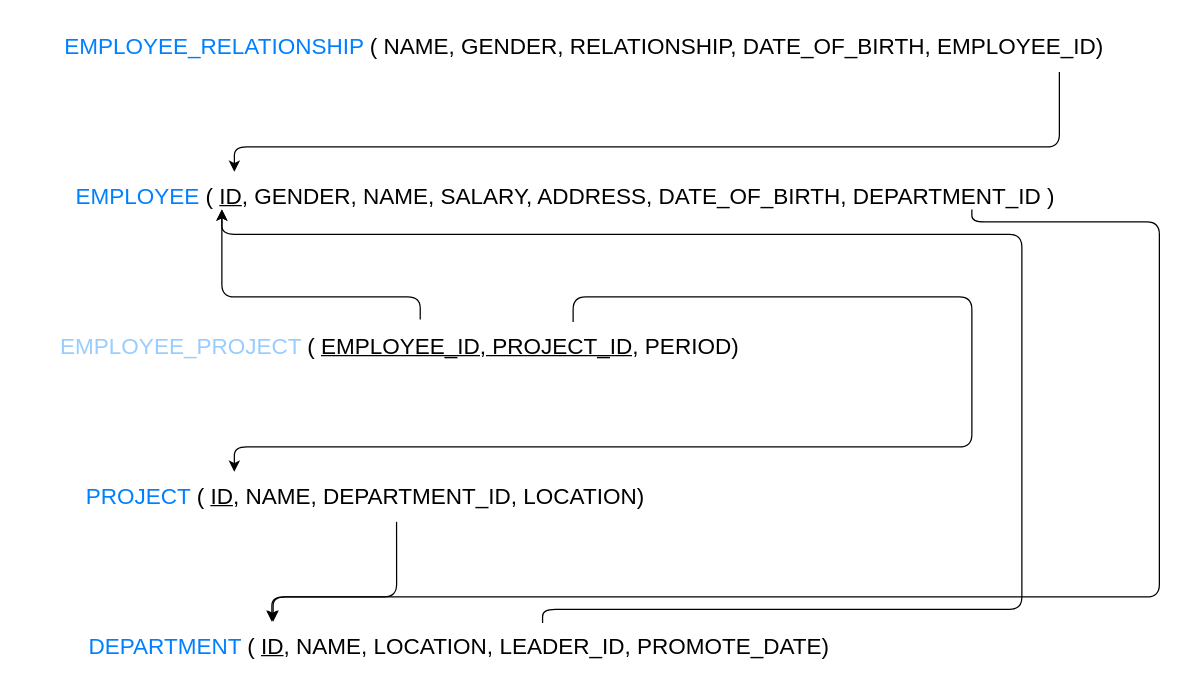
Before: 4-1/distributed-database/week_1.drawio in TikTzuki/sgu-project, a draw.io diagram. Source tidied: cells renumbered, new cells numbered last; positions are measured from the earlier drawing's top-left corner, leaving out a move shared by most shapes. Both pictures are drawn from the tidied source at 125%, with x=0, y=0 at pixel (21, 21).
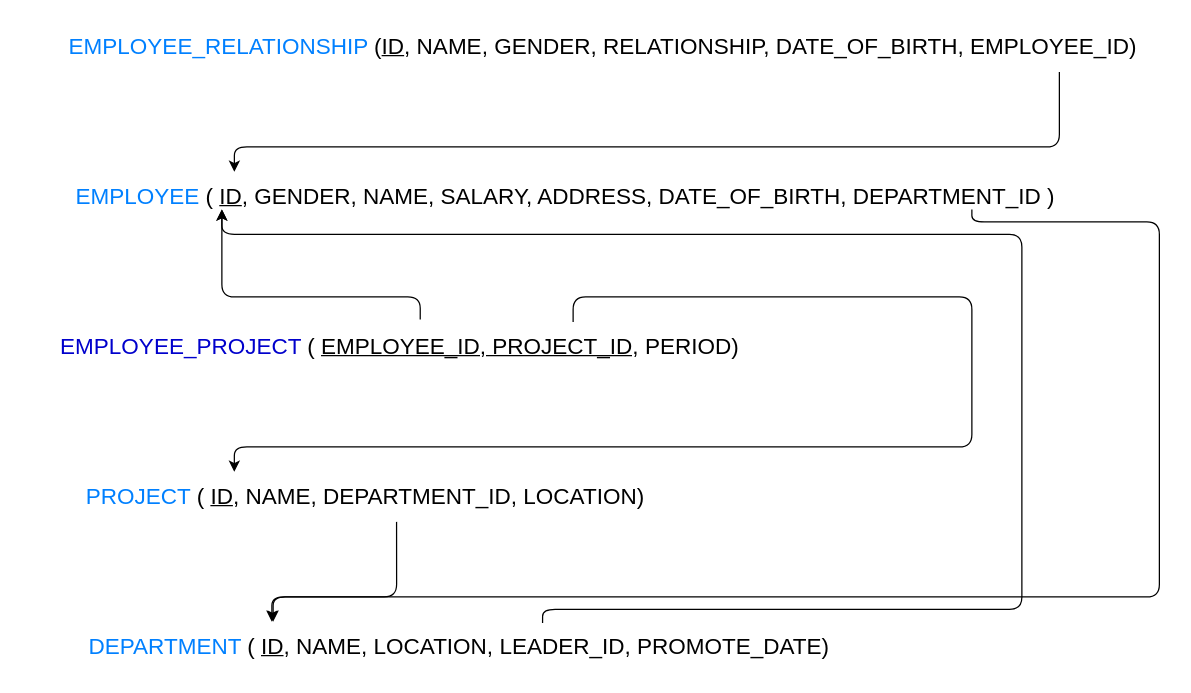
The same diagram, later.

Change to the diagram source:
```diff
@@
-    <mxCell id="3" value="&lt;font style=&quot;font-size: 18px&quot;&gt;&lt;font color=&quot;#0080ff&quot;&gt;EMPLOYEE_RELATIONSHIP&lt;/font&gt; ( NAME, GENDER, RELATIONSHIP, DATE_OF_BIRTH, EMPLOYEE_ID)&lt;/font&gt;" style="text;html=1;strokeColor=none;fillColor=none;align=center;verticalAlign=middle;whiteSpace=wrap;rounded=0;" parent="1" vertex="1">
-      <mxGeometry x="30" width="840" height="40" as="geometry" />
+    <mxCell id="3" value="&lt;font style=&quot;font-size: 18px&quot;&gt;&lt;font color=&quot;#0080ff&quot;&gt;EMPLOYEE_RELATIONSHIP&lt;/font&gt; (&lt;u&gt;ID&lt;/u&gt;, NAME, GENDER, RELATIONSHIP, DATE_OF_BIRTH, EMPLOYEE_ID)&lt;/font&gt;" style="text;html=1;strokeColor=none;fillColor=none;align=center;verticalAlign=middle;whiteSpace=wrap;rounded=0;" parent="1" vertex="1">
+      <mxGeometry x="30" width="870" height="40" as="geometry" />
     </mxCell>
@@
-    <mxCell id="6" value="&lt;div&gt;&lt;span style=&quot;font-size: 18px&quot;&gt;&lt;font color=&quot;#99ccff&quot;&gt;EMPLOYEE_PROJECT &lt;/font&gt;( &lt;/span&gt;&lt;u style=&quot;font-size: 18px&quot;&gt;EMPLOYEE_ID, PROJECT_ID,&lt;/u&gt;&lt;span style=&quot;font-size: 18px&quot;&gt; PERIOD&lt;/span&gt;&lt;span style=&quot;font-size: 18px&quot;&gt;)&amp;nbsp;&lt;/span&gt;&lt;/div&gt;" style="text;html=1;strokeColor=none;fillColor=none;align=center;verticalAlign=middle;whiteSpace=wrap;rounded=0;" parent="1" vertex="1">
+    <mxCell id="6" value="&lt;div&gt;&lt;span style=&quot;font-size: 18px&quot;&gt;&lt;font color=&quot;#0000cc&quot;&gt;EMPLOYEE_PROJECT&lt;/font&gt;&lt;font color=&quot;#99ccff&quot;&gt; &lt;/font&gt;( &lt;/span&gt;&lt;u style=&quot;font-size: 18px&quot;&gt;EMPLOYEE_ID, PROJECT_ID,&lt;/u&gt;&lt;span style=&quot;font-size: 18px&quot;&gt; PERIOD&lt;/span&gt;&lt;span style=&quot;font-size: 18px&quot;&gt;)&amp;nbsp;&lt;/span&gt;&lt;/div&gt;" style="text;html=1;strokeColor=none;fillColor=none;align=center;verticalAlign=middle;whiteSpace=wrap;rounded=0;" parent="1" vertex="1">
       <mxGeometry x="20" y="240" width="570" height="40" as="geometry" />
     </mxCell>
```
